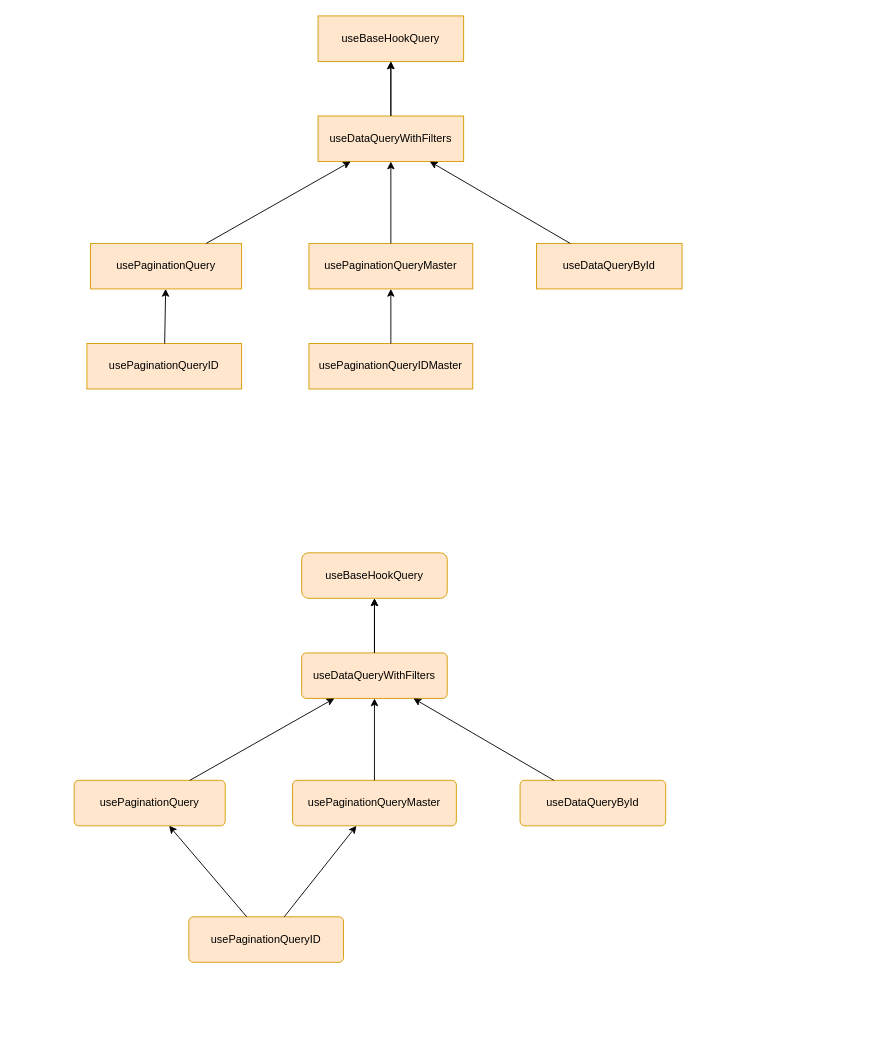
Earlier version of the draw.io diagram Diagrama sin título.drawio (gamboacarlos/preview-test). Source tidied: cells renumbered, new cells numbered last; positions are measured from the earlier drawing's top-left corner, leaving out a move shared by most shapes. Both pictures are drawn from the tidied source at 91%, with x=0, y=0 at pixel (74, 15).
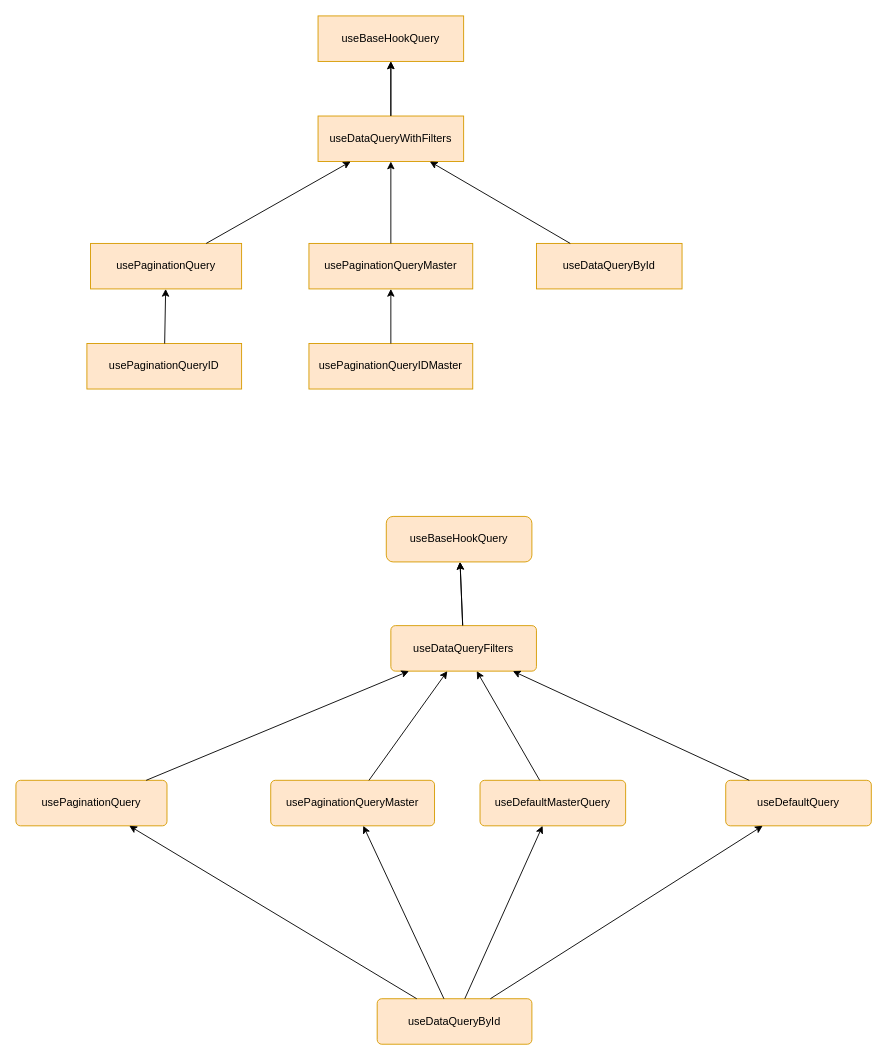
Above is the later version.

The edit, as a diff of the source:
```diff
@@
     <mxCell id="16" value="useBaseHookQuery" style="rounded=1;whiteSpace=wrap;html=1;fontSize=12;glass=0;strokeWidth=1;shadow=0;fillColor=#ffe6cc;strokeColor=#d79b00;" parent="1" vertex="1">
-      <mxGeometry x="250" y="590" width="160" height="50" as="geometry" />
+      <mxGeometry x="343" y="550" width="160" height="50" as="geometry" />
     </mxCell>
@@
-    <mxCell id="18" value="useDataQueryWithFilters" style="rounded=1;whiteSpace=wrap;html=1;fontSize=12;glass=0;strokeWidth=1;shadow=0;arcSize=10;fillColor=#ffe6cc;strokeColor=#d79b00;" parent="1" vertex="1">
-      <mxGeometry x="250" y="700" width="160" height="50" as="geometry" />
+    <mxCell id="18" value="useDataQueryFilters" style="rounded=1;whiteSpace=wrap;html=1;fontSize=12;glass=0;strokeWidth=1;shadow=0;arcSize=10;fillColor=#ffe6cc;strokeColor=#d79b00;" parent="1" vertex="1">
+      <mxGeometry x="348" y="670" width="160" height="50" as="geometry" />
     </mxCell>
@@
     <mxCell id="20" value="usePaginationQuery" style="rounded=1;whiteSpace=wrap;html=1;fontSize=12;glass=0;strokeWidth=1;shadow=0;arcSize=10;fillColor=#ffe6cc;strokeColor=#d79b00;" parent="1" vertex="1">
-      <mxGeometry y="840" width="166" height="50" as="geometry" />
+      <mxGeometry x="-64" y="840" width="166" height="50" as="geometry" />
     </mxCell>
@@
     <mxCell id="22" value="usePaginationQueryMaster" style="rounded=1;whiteSpace=wrap;html=1;fontSize=12;glass=0;strokeWidth=1;shadow=0;arcSize=10;fillColor=#ffe6cc;strokeColor=#d79b00;" parent="1" vertex="1">
-      <mxGeometry x="240" y="840" width="180" height="50" as="geometry" />
+      <mxGeometry x="216" y="840" width="180" height="50" as="geometry" />
     </mxCell>
-    <mxCell id="23" value="useDataQueryById" style="rounded=1;whiteSpace=wrap;html=1;fontSize=12;glass=0;strokeWidth=1;shadow=0;arcSize=10;fillColor=#ffe6cc;strokeColor=#d79b00;" parent="1" vertex="1">
-      <mxGeometry x="490" y="840" width="160" height="50" as="geometry" />
+    <mxCell id="23" value="useDefaultMasterQuery" style="rounded=1;whiteSpace=wrap;html=1;fontSize=12;glass=0;strokeWidth=1;shadow=0;arcSize=10;fillColor=#ffe6cc;strokeColor=#d79b00;" parent="1" vertex="1">
+      <mxGeometry x="446" y="840" width="160" height="50" as="geometry" />
     </mxCell>
@@
-    <mxCell id="25" value="usePaginationQueryID" style="rounded=1;whiteSpace=wrap;html=1;fontSize=12;glass=0;strokeWidth=1;shadow=0;arcSize=10;fillColor=#ffe6cc;strokeColor=#d79b00;" parent="1" vertex="1">
-      <mxGeometry x="126" y="990" width="170" height="50" as="geometry" />
+    <mxCell id="25" value="useDataQueryById" style="rounded=1;whiteSpace=wrap;html=1;fontSize=12;glass=0;strokeWidth=1;shadow=0;arcSize=10;fillColor=#ffe6cc;strokeColor=#d79b00;" parent="1" vertex="1">
+      <mxGeometry x="333" y="1080" width="170" height="50" as="geometry" />
     </mxCell>
@@
+    <mxCell id="29" style="endArrow=classic;html=1;rounded=0;" parent="1" edge="1" source="25" target="23">
+      <mxGeometry relative="1" as="geometry" />
+    </mxCell>
+    <mxCell id="30" value="useDefaultQuery" style="rounded=1;whiteSpace=wrap;html=1;fontSize=12;glass=0;strokeWidth=1;shadow=0;arcSize=10;fillColor=#ffe6cc;strokeColor=#d79b00;" parent="1" vertex="1">
+      <mxGeometry x="716" y="840" width="160" height="50" as="geometry" />
+    </mxCell>
+    <mxCell id="31" style="endArrow=classic;html=1;rounded=0;" parent="1" edge="1" source="25" target="30">
+      <mxGeometry relative="1" as="geometry" />
+    </mxCell>
+    <mxCell id="32" style="endArrow=classic;html=1;rounded=0;" parent="1" edge="1" source="30" target="18">
+      <mxGeometry relative="1" as="geometry" />
+    </mxCell>
```
